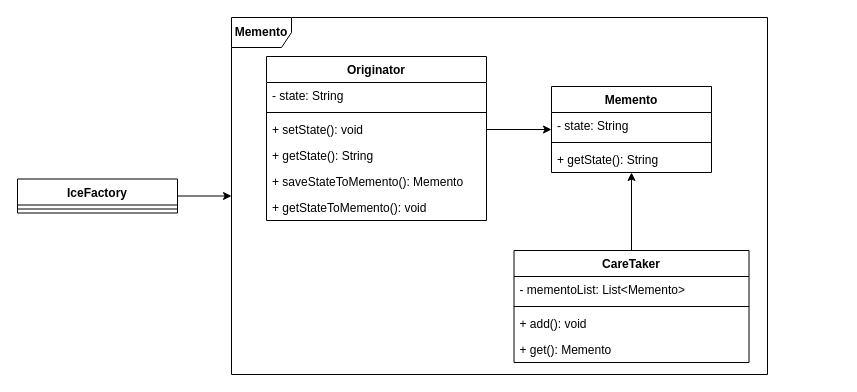
Above: page "备忘录" (4 of 4) of 设计模式/类图/设计模式.drawio in su-dd/demo (draw.io), before the change. Source tidied: cells renumbered, new cells numbered last; positions are measured from the earlier drawing's top-left corner, leaving out a move shared by most shapes. Both pictures are drawn from the tidied source at 100%, with x=0, y=0 at pixel (17, 17).
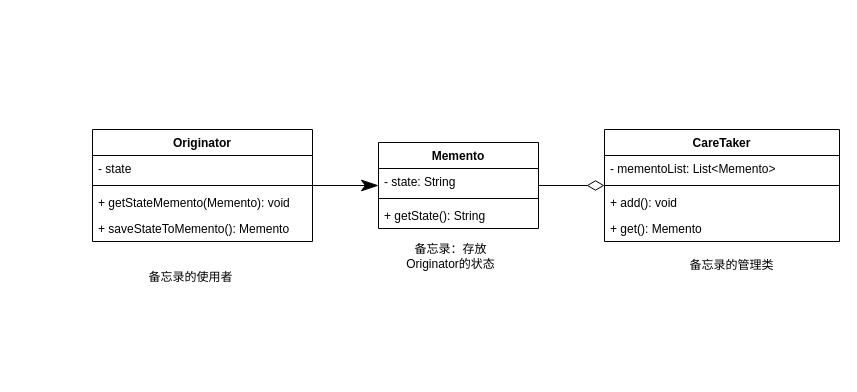
After the change.

The edit, as a diff of the source:
```diff
@@
-    <mxCell id="2" value="&lt;span style=&quot;font-weight: 700&quot;&gt;Memento&lt;/span&gt;" style="shape=umlFrame;whiteSpace=wrap;html=1;" parent="1" vertex="1">
-      <mxGeometry x="214" width="536" height="357" as="geometry" />
-    </mxCell>
+    <mxCell id="24" style="edgeStyle=orthogonalEdgeStyle;rounded=0;jettySize=auto;html=1;endArrow=diamondThin;endFill=0;endSize=15;" parent="1" edge="1" source="3" target="8">
+      <mxGeometry relative="1" as="geometry" />
+    </mxCell>
     <mxCell id="3" value="Memento" style="swimlane;fontStyle=1;align=center;verticalAlign=top;horizontal=1;startSize=26;" parent="1" vertex="1">
-      <mxGeometry x="534" y="69" width="160" height="86" as="geometry" />
+      <mxGeometry x="361" y="125" width="160" height="86" as="geometry" />
     </mxCell>
@@
-    <mxCell id="7" style="edgeStyle=orthogonalEdgeStyle;rounded=0;jettySize=auto;html=1;" parent="1" edge="1" source="8" target="3">
-      <mxGeometry relative="1" as="geometry" />
-    </mxCell>
     <mxCell id="8" value="CareTaker" style="swimlane;fontStyle=1;align=center;verticalAlign=top;horizontal=1;startSize=26;" parent="1" vertex="1">
-      <mxGeometry x="496.5" y="233" width="235" height="112" as="geometry" />
+      <mxGeometry x="587" y="112" width="235" height="112" as="geometry" />
     </mxCell>
@@
-    <mxCell id="13" style="edgeStyle=orthogonalEdgeStyle;rounded=0;jettySize=auto;html=1;" parent="1" edge="1" source="14" target="2">
-      <mxGeometry relative="1" as="geometry" />
-    </mxCell>
-    <mxCell id="14" value="IceFactory" style="swimlane;fontStyle=1;align=center;verticalAlign=top;horizontal=1;startSize=26;" parent="1" vertex="1">
-      <mxGeometry y="161.5" width="160" height="34" as="geometry" />
-    </mxCell>
-    <mxCell id="15" style="line;strokeWidth=1;fillColor=none;align=left;verticalAlign=middle;spacingTop=-1;spacingLeft=3;spacingRight=3;labelPosition=right;" parent="14" vertex="1">
-      <mxGeometry y="26" width="160" height="8" as="geometry" />
-    </mxCell>
     <mxCell id="16" value="Originator" style="swimlane;fontStyle=1;align=center;verticalAlign=top;horizontal=1;startSize=26;" parent="1" vertex="1">
-      <mxGeometry x="249" y="39" width="220" height="164" as="geometry" />
+      <mxGeometry x="75" y="112" width="220" height="112" as="geometry" />
     </mxCell>
-    <mxCell id="17" value="- state: String" style="text;strokeColor=none;fillColor=none;align=left;verticalAlign=top;spacingLeft=4;spacingRight=4;overflow=hidden;" parent="16" vertex="1">
+    <mxCell id="17" value="- state" style="text;strokeColor=none;fillColor=none;align=left;verticalAlign=top;spacingLeft=4;spacingRight=4;overflow=hidden;" parent="16" vertex="1">
       <mxGeometry y="26" width="220" height="26" as="geometry" />
     </mxCell>
@@
-    <mxCell id="19" value="+ setState(): void" style="text;strokeColor=none;fillColor=none;align=left;verticalAlign=top;spacingLeft=4;spacingRight=4;overflow=hidden;points=[[0,0.5],[1,0.5]];portConstraint=eastwest;" parent="16" vertex="1">
-      <mxGeometry y="60" width="220" height="26" as="geometry" />
-    </mxCell>
-    <mxCell id="20" value="+ getState(): String" style="text;strokeColor=none;fillColor=none;align=left;verticalAlign=top;spacingLeft=4;spacingRight=4;overflow=hidden;" parent="16" vertex="1">
-      <mxGeometry y="86" width="220" height="26" as="geometry" />
-    </mxCell>
+    <mxCell id="22" value="+ getStateMemento(Memento): void" style="text;strokeColor=none;fillColor=none;align=left;verticalAlign=top;spacingLeft=4;spacingRight=4;overflow=hidden;" parent="16" vertex="1">
+      <mxGeometry y="60" width="220" height="26" as="geometry" />
+    </mxCell>
     <mxCell id="21" value="+ saveStateToMemento(): Memento" style="text;strokeColor=none;fillColor=none;align=left;verticalAlign=top;spacingLeft=4;spacingRight=4;overflow=hidden;" parent="16" vertex="1">
-      <mxGeometry y="112" width="220" height="26" as="geometry" />
+      <mxGeometry y="86" width="220" height="26" as="geometry" />
     </mxCell>
-    <mxCell id="22" value="+ getStateToMemento(): void" style="text;strokeColor=none;fillColor=none;align=left;verticalAlign=top;spacingLeft=4;spacingRight=4;overflow=hidden;" parent="16" vertex="1">
-      <mxGeometry y="138" width="220" height="26" as="geometry" />
-    </mxCell>
-    <mxCell id="23" style="edgeStyle=orthogonalEdgeStyle;rounded=0;jettySize=auto;html=1;" parent="1" edge="1" source="19" target="3">
-      <mxGeometry relative="1" as="geometry" />
-    </mxCell>
+    <mxCell id="25" style="edgeStyle=orthogonalEdgeStyle;rounded=0;jettySize=auto;html=1;endArrow=classicThin;endFill=1;endSize=15;" parent="1" edge="1" source="16" target="3">
+      <mxGeometry relative="1" as="geometry" />
+    </mxCell>
+    <mxCell id="26" value="备忘录的使用者" style="text;html=1;strokeColor=none;fillColor=none;align=center;verticalAlign=middle;whiteSpace=wrap;rounded=0;" parent="1" vertex="1">
+      <mxGeometry x="119" y="245" width="109" height="30" as="geometry" />
+    </mxCell>
+    <mxCell id="27" value="备忘录：存放Originator的状态" style="text;html=1;strokeColor=none;fillColor=none;align=center;verticalAlign=middle;whiteSpace=wrap;rounded=0;" parent="1" vertex="1">
+      <mxGeometry x="379" y="224" width="109" height="30" as="geometry" />
+    </mxCell>
+    <mxCell id="28" value="备忘录的管理类" style="text;html=1;strokeColor=none;fillColor=none;align=center;verticalAlign=middle;whiteSpace=wrap;rounded=0;" parent="1" vertex="1">
+      <mxGeometry x="660" y="233" width="109" height="30" as="geometry" />
+    </mxCell>
```
